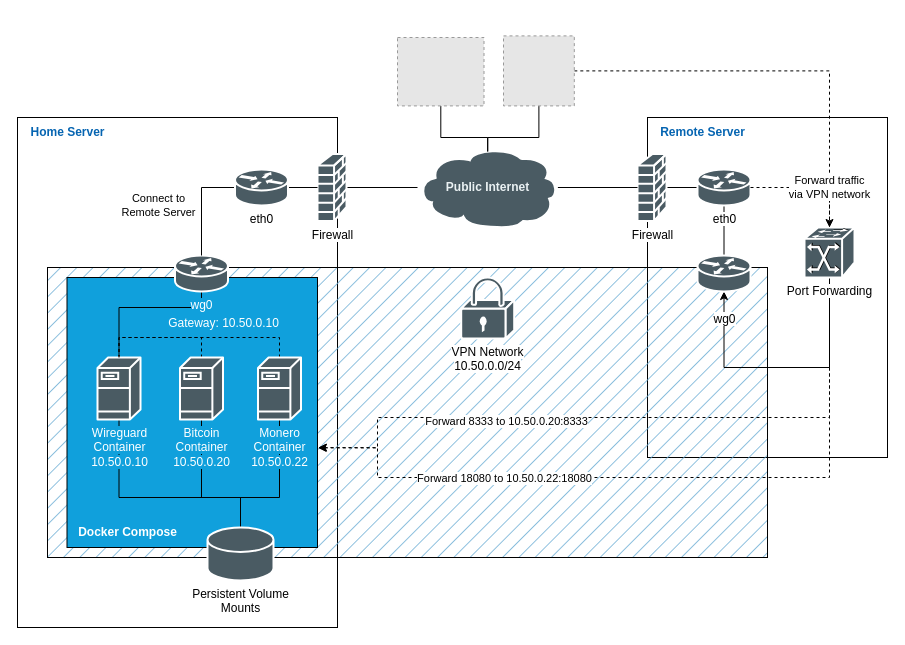
Earlier version of the draw.io diagram assets/networking_vpn_diagram.drawio (lamafab/bitcoin-monero-compose). Source tidied: cells renumbered, new cells numbered last; positions are measured from the earlier drawing's top-left corner, leaving out a move shared by most shapes. Both pictures are drawn from the tidied source at 100%, with x=0, y=0 at pixel (17, 35). Pictures stored in the file or linked from it are replaced by grey dashed boxes.
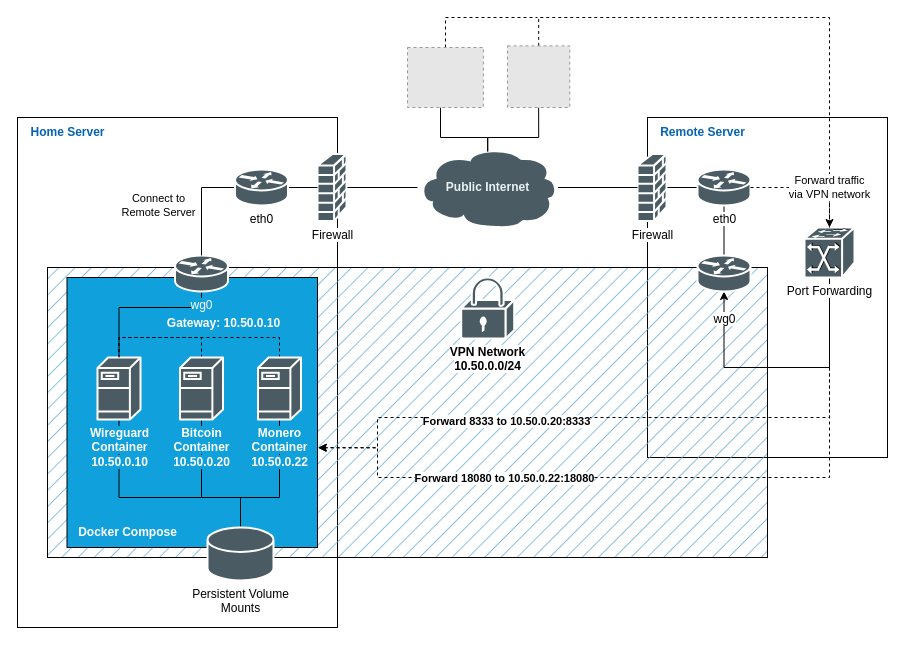
Above is the later version.

Unchanged cells that the change refers to:
```xml
<mxCell id="20" value="Persistent Volume&lt;br&gt;Mounts" style="shape=mxgraph.cisco.storage.relational_database;sketch=0;html=1;dashed=0;fillColor=#4a5b63;strokeColor=#ffffff;strokeWidth=2;verticalLabelPosition=bottom;verticalAlign=top;align=center;outlineConnect=0;labelBackgroundColor=#FFFFFF;" parent="1" vertex="1">
  <mxGeometry x="190" y="492" width="66" height="53" as="geometry" />
</mxCell>
<mxCell id="33" style="edgeStyle=orthogonalEdgeStyle;rounded=0;jumpStyle=arc;jettySize=auto;html=1;dashed=1;strokeColor=#000000;startArrow=none;startFill=0;endArrow=classic;endFill=1;entryX=1.002;entryY=0.631;entryDx=0;entryDy=0;entryPerimeter=0;" parent="1" edge="1" source="37" target="5">
  <mxGeometry relative="1" as="geometry">
    <Array as="points">
      <mxPoint x="812" y="382" />
      <mxPoint x="360" y="382" />
      <mxPoint x="360" y="412" />
    </Array>
  </mxGeometry>
</mxCell>
<mxCell id="35" style="edgeStyle=orthogonalEdgeStyle;rounded=0;jumpStyle=arc;jettySize=auto;html=1;dashed=1;strokeColor=#000000;startArrow=none;startFill=0;endArrow=classic;endFill=1;entryX=1.004;entryY=0.63;entryDx=0;entryDy=0;entryPerimeter=0;" parent="1" edge="1" source="37" target="5">
  <mxGeometry relative="1" as="geometry">
    <Array as="points">
      <mxPoint x="812" y="442" />
      <mxPoint x="360" y="442" />
      <mxPoint x="360" y="412" />
    </Array>
  </mxGeometry>
</mxCell>
<mxCell id="37" value="&lt;span style=&quot;background-color: rgb(255, 255, 255);&quot;&gt;Port Forwarding&lt;/span&gt;" style="shape=mxgraph.cisco.switches.atm_fast_gigabit_etherswitch;sketch=0;html=1;dashed=0;fillColor=#4a5b63;strokeColor=#ffffff;strokeWidth=2;verticalLabelPosition=bottom;verticalAlign=top;align=center;outlineConnect=0;" parent="1" vertex="1">
  <mxGeometry x="787" y="192" width="50" height="50" as="geometry" />
</mxCell>
```

Change to the diagram source:
```diff
@@
-    <mxCell id="5" value="&amp;nbsp;" style="rounded=0;whiteSpace=wrap;html=1;align=left;fillColor=#10a0dc;fillStyle=auto;" parent="1" vertex="1">
+    <mxCell id="5" value="&amp;nbsp;" style="rounded=0;whiteSpace=wrap;html=1;align=left;fillColor=#10a0dc;fillStyle=auto;fontStyle=1;" parent="1" vertex="1">
       <mxGeometry x="49.5" y="242" width="250.5" height="270" as="geometry" />
     </mxCell>
@@
-    <mxCell id="8" style="edgeStyle=orthogonalEdgeStyle;rounded=0;jettySize=auto;html=1;entryX=0.5;entryY=0;entryDx=0;entryDy=0;entryPerimeter=0;strokeColor=#000000;startArrow=none;startFill=0;endArrow=none;endFill=0;" parent="1" edge="1" source="39" target="20">
+    <mxCell id="8" style="edgeStyle=orthogonalEdgeStyle;rounded=0;jettySize=auto;html=1;entryX=0.5;entryY=0;entryDx=0;entryDy=0;entryPerimeter=0;strokeColor=#000000;startArrow=none;startFill=0;endArrow=none;endFill=0;fontStyle=1;" parent="1" edge="1" source="39" target="20">
       <mxGeometry relative="1" as="geometry">
         <Array as="points">
           <mxPoint x="184" y="462" />
           <mxPoint x="223" y="462" />
         </Array>
       </mxGeometry>
     </mxCell>
-    <mxCell id="9" style="edgeStyle=orthogonalEdgeStyle;rounded=0;jettySize=auto;html=1;entryX=0.5;entryY=0;entryDx=0;entryDy=0;entryPerimeter=0;strokeColor=#000000;startArrow=none;startFill=0;endArrow=none;endFill=0;" parent="1" edge="1" source="11" target="20">
+    <mxCell id="9" style="edgeStyle=orthogonalEdgeStyle;rounded=0;jettySize=auto;html=1;entryX=0.5;entryY=0;entryDx=0;entryDy=0;entryPerimeter=0;strokeColor=#000000;startArrow=none;startFill=0;endArrow=none;endFill=0;fontStyle=1;" parent="1" edge="1" source="11" target="20">
       <mxGeometry relative="1" as="geometry">
         <Array as="points">
           <mxPoint x="262" y="462" />
           <mxPoint x="223" y="462" />
         </Array>
       </mxGeometry>
     </mxCell>
-    <mxCell id="10" style="edgeStyle=orthogonalEdgeStyle;rounded=0;jumpStyle=arc;jettySize=auto;html=1;entryX=0.5;entryY=0;entryDx=0;entryDy=0;entryPerimeter=0;dashed=1;strokeColor=#000000;fontColor=#000000;startArrow=none;startFill=0;endArrow=none;endFill=0;" parent="1" edge="1" source="11" target="14">
+    <mxCell id="10" style="edgeStyle=orthogonalEdgeStyle;rounded=0;jumpStyle=arc;jettySize=auto;html=1;entryX=0.5;entryY=0;entryDx=0;entryDy=0;entryPerimeter=0;dashed=1;strokeColor=#000000;fontColor=#000000;startArrow=none;startFill=0;endArrow=none;endFill=0;fontStyle=1;" parent="1" edge="1" source="11" target="14">
       <mxGeometry relative="1" as="geometry">
         <Array as="points">
           <mxPoint x="262" y="302" />
           <mxPoint x="102" y="302" />
         </Array>
       </mxGeometry>
     </mxCell>
-    <mxCell id="11" value="&lt;span style=&quot;background-color: rgb(16, 160, 220);&quot;&gt;Monero&lt;br&gt;Container&lt;br&gt;10.50.0.22&lt;/span&gt;" style="shape=mxgraph.cisco.servers.fileserver;sketch=0;html=1;dashed=0;fillColor=#4a5b63;strokeColor=#ffffff;strokeWidth=2;verticalLabelPosition=bottom;verticalAlign=top;align=center;outlineConnect=0;fontColor=#FFFFFF;" parent="1" vertex="1">
+    <mxCell id="11" value="&lt;span style=&quot;background-color: rgb(16, 160, 220);&quot;&gt;Monero&lt;br&gt;Container&lt;br&gt;10.50.0.22&lt;/span&gt;" style="shape=mxgraph.cisco.servers.fileserver;sketch=0;html=1;dashed=0;fillColor=#4a5b63;strokeColor=#ffffff;strokeWidth=2;verticalLabelPosition=bottom;verticalAlign=top;align=center;outlineConnect=0;fontColor=#FFFFFF;fontStyle=1;" parent="1" vertex="1">
       <mxGeometry x="240.5" y="322" width="43" height="62" as="geometry" />
     </mxCell>
-    <mxCell id="12" style="edgeStyle=orthogonalEdgeStyle;rounded=0;jettySize=auto;html=1;entryX=0.5;entryY=0;entryDx=0;entryDy=0;entryPerimeter=0;strokeColor=#000000;startArrow=none;startFill=0;endArrow=none;endFill=0;" parent="1" edge="1" source="14" target="20">
+    <mxCell id="12" style="edgeStyle=orthogonalEdgeStyle;rounded=0;jettySize=auto;html=1;entryX=0.5;entryY=0;entryDx=0;entryDy=0;entryPerimeter=0;strokeColor=#000000;startArrow=none;startFill=0;endArrow=none;endFill=0;fontStyle=1;" parent="1" edge="1" source="14" target="20">
       <mxGeometry relative="1" as="geometry">
         <Array as="points">
           <mxPoint x="102" y="462" />
           <mxPoint x="223" y="462" />
         </Array>
       </mxGeometry>
     </mxCell>
-    <mxCell id="13" style="edgeStyle=orthogonalEdgeStyle;rounded=0;jettySize=auto;html=1;strokeColor=#000000;startArrow=none;startFill=0;endArrow=none;endFill=0;entryX=0.5;entryY=1;entryDx=0;entryDy=0;entryPerimeter=0;" parent="1" edge="1" source="14" target="24">
+    <mxCell id="13" style="edgeStyle=orthogonalEdgeStyle;rounded=0;jettySize=auto;html=1;strokeColor=#000000;startArrow=none;startFill=0;endArrow=none;endFill=0;entryX=0.5;entryY=1;entryDx=0;entryDy=0;entryPerimeter=0;fontStyle=1;" parent="1" edge="1" source="14" target="24">
       <mxGeometry relative="1" as="geometry">
         <Array as="points">
           <mxPoint x="102" y="272" />
           <mxPoint x="184" y="272" />
         </Array>
       </mxGeometry>
     </mxCell>
-    <mxCell id="14" value="&lt;span style=&quot;background-color: rgb(16, 160, 220);&quot;&gt;Wireguard&lt;br&gt;Container&lt;br&gt;&lt;/span&gt;&lt;div&gt;&lt;span style=&quot;background-color: rgb(16, 160, 220);&quot;&gt;10.50.0.10&lt;/span&gt;&lt;/div&gt;" style="shape=mxgraph.cisco.servers.fileserver;sketch=0;html=1;dashed=0;fillColor=#4a5b63;strokeColor=#ffffff;strokeWidth=2;verticalLabelPosition=bottom;verticalAlign=top;align=center;outlineConnect=0;fontColor=#FFFFFF;" parent="1" vertex="1">
+    <mxCell id="14" value="&lt;span style=&quot;background-color: rgb(16, 160, 220);&quot;&gt;Wireguard&lt;br&gt;Container&lt;br&gt;&lt;/span&gt;&lt;div&gt;&lt;span style=&quot;background-color: rgb(16, 160, 220);&quot;&gt;10.50.0.10&lt;/span&gt;&lt;/div&gt;" style="shape=mxgraph.cisco.servers.fileserver;sketch=0;html=1;dashed=0;fillColor=#4a5b63;strokeColor=#ffffff;strokeWidth=2;verticalLabelPosition=bottom;verticalAlign=top;align=center;outlineConnect=0;fontColor=#FFFFFF;fontStyle=1;" parent="1" vertex="1">
       <mxGeometry x="80" y="322" width="43" height="62" as="geometry" />
     </mxCell>
@@
-    <mxCell id="17" value="&lt;span style=&quot;background-color: rgb(255, 255, 255);&quot;&gt;VPN Network&lt;br&gt;10.50.0.0/24&lt;/span&gt;" style="shape=mxgraph.cisco.security.lock;sketch=0;html=1;dashed=0;fillColor=#4a5b63;strokeColor=#ffffff;strokeWidth=2;verticalLabelPosition=bottom;verticalAlign=top;align=center;" parent="1" vertex="1">
+    <mxCell id="17" value="&lt;span style=&quot;background-color: rgb(255, 255, 255);&quot;&gt;VPN Network&lt;br&gt;10.50.0.0/24&lt;/span&gt;" style="shape=mxgraph.cisco.security.lock;sketch=0;html=1;dashed=0;fillColor=#4a5b63;strokeColor=#ffffff;strokeWidth=2;verticalLabelPosition=bottom;verticalAlign=top;align=center;fontStyle=1;" parent="1" vertex="1">
       <mxGeometry x="443.7" y="242" width="53" height="61" as="geometry" />
     </mxCell>
@@
-    <mxCell id="21" value="&lt;b&gt;Docker Compose&lt;/b&gt;" style="text;html=1;align=center;verticalAlign=middle;fillColor=none;strokeColor=none;rounded=0;labelBackgroundColor=none;fontColor=#FFFFFF;" parent="1" vertex="1">
+    <mxCell id="21" value="&lt;span&gt;Docker Compose&lt;/span&gt;" style="text;html=1;align=center;verticalAlign=middle;fillColor=none;strokeColor=none;rounded=0;labelBackgroundColor=none;fontColor=#FFFFFF;fontStyle=1;" parent="1" vertex="1">
       <mxGeometry x="49.5" y="482" width="120" height="30" as="geometry" />
     </mxCell>
@@
-    <mxCell id="24" value="&lt;font color=&quot;#FFFFFF&quot;&gt;&lt;span style=&quot;background-color: rgb(16, 160, 220);&quot;&gt;wg0&lt;/span&gt;&lt;/font&gt;" style="shape=mxgraph.cisco.routers.router;sketch=0;html=1;dashed=0;fillColor=#4a5b63;strokeColor=#ffffff;strokeWidth=2;verticalLabelPosition=bottom;verticalAlign=top;align=center;outlineConnect=0;" parent="1" vertex="1">
+    <mxCell id="24" value="&lt;font color=&quot;#FFFFFF&quot;&gt;&lt;span style=&quot;background-color: rgb(16, 160, 220);&quot;&gt;wg0&lt;/span&gt;&lt;/font&gt;" style="shape=mxgraph.cisco.routers.router;sketch=0;html=1;dashed=0;fillColor=#4a5b63;strokeColor=#ffffff;strokeWidth=2;verticalLabelPosition=bottom;verticalAlign=top;align=center;outlineConnect=0;fontStyle=0;" parent="1" vertex="1">
       <mxGeometry x="157.5" y="220" width="53" height="36" as="geometry" />
     </mxCell>
@@
-    <mxCell id="34" value="&lt;font&gt;Forward 8333 to 10.50.0.20:8333&lt;br&gt;&lt;/font&gt;" style="edgeLabel;html=1;align=center;verticalAlign=middle;fontColor=#000000;" parent="33" vertex="1">
+    <mxCell id="34" value="&lt;font&gt;Forward 8333 to 10.50.0.20:8333&lt;br&gt;&lt;/font&gt;" style="edgeLabel;html=1;align=center;verticalAlign=middle;fontColor=#000000;fontStyle=1;" parent="33" vertex="1">
       <mxGeometry x="0.36" y="3" relative="1" as="geometry" />
     </mxCell>
@@
-    <mxCell id="36" value="&lt;div&gt;Forward 18080 to 10.50.0.22:18080&lt;/div&gt;" style="edgeLabel;html=1;align=center;verticalAlign=middle;fontColor=#000000;" parent="35" vertex="1">
+    <mxCell id="36" value="&lt;div&gt;Forward 18080 to 10.50.0.22:18080&lt;/div&gt;" style="edgeLabel;html=1;align=center;verticalAlign=middle;fontColor=#000000;fontStyle=1;" parent="35" vertex="1">
       <mxGeometry x="0.42" y="-1" relative="1" as="geometry">
         <mxPoint y="1" as="offset" />
       </mxGeometry>
     </mxCell>
@@
-    <mxCell id="38" style="edgeStyle=orthogonalEdgeStyle;rounded=0;jumpStyle=arc;jettySize=auto;html=1;entryX=0.5;entryY=0;entryDx=0;entryDy=0;entryPerimeter=0;dashed=1;strokeColor=#000000;fontColor=#000000;startArrow=none;startFill=0;endArrow=none;endFill=0;" parent="1" edge="1" source="39" target="14">
+    <mxCell id="38" style="edgeStyle=orthogonalEdgeStyle;rounded=0;jumpStyle=arc;jettySize=auto;html=1;entryX=0.5;entryY=0;entryDx=0;entryDy=0;entryPerimeter=0;dashed=1;strokeColor=#000000;fontColor=#000000;startArrow=none;startFill=0;endArrow=none;endFill=0;fontStyle=1;" parent="1" edge="1" source="39" target="14">
       <mxGeometry relative="1" as="geometry">
         <Array as="points">
           <mxPoint x="184" y="302" />
           <mxPoint x="102" y="302" />
         </Array>
       </mxGeometry>
     </mxCell>
-    <mxCell id="39" value="&lt;span style=&quot;background-color: rgb(16, 160, 220);&quot;&gt;Bitcoin&lt;br&gt;Container&lt;br&gt;10.50.0.20&lt;/span&gt;" style="shape=mxgraph.cisco.servers.fileserver;sketch=0;html=1;dashed=0;fillColor=#4a5b63;strokeColor=#ffffff;strokeWidth=2;verticalLabelPosition=bottom;verticalAlign=top;align=center;outlineConnect=0;fontColor=#FFFFFF;" parent="1" vertex="1">
+    <mxCell id="39" value="&lt;span style=&quot;background-color: rgb(16, 160, 220);&quot;&gt;Bitcoin&lt;br&gt;Container&lt;br&gt;10.50.0.20&lt;/span&gt;" style="shape=mxgraph.cisco.servers.fileserver;sketch=0;html=1;dashed=0;fillColor=#4a5b63;strokeColor=#ffffff;strokeWidth=2;verticalLabelPosition=bottom;verticalAlign=top;align=center;outlineConnect=0;fontColor=#FFFFFF;fontStyle=1;" parent="1" vertex="1">
       <mxGeometry x="162.5" y="322" width="43" height="62" as="geometry" />
     </mxCell>
@@
-    <mxCell id="41" value="&lt;font color=&quot;#FFFFFF&quot;&gt;&lt;span style=&quot;&quot;&gt;Gateway: 10.50.0.10&lt;/span&gt;&lt;/font&gt;" style="text;html=1;align=center;verticalAlign=middle;fillColor=none;strokeColor=none;rounded=0;labelBackgroundColor=none;labelBorderColor=none;fillStyle=auto;fontColor=#EAF1F3;" parent="1" vertex="1">
-      <mxGeometry x="140.5" y="273" width="130" height="30" as="geometry" />
+    <mxCell id="41" value="&lt;font color=&quot;#FFFFFF&quot;&gt;&lt;span style=&quot;&quot;&gt;Gateway: 10.50.0.10&lt;/span&gt;&lt;/font&gt;" style="text;html=1;align=center;verticalAlign=middle;fillColor=none;strokeColor=none;rounded=0;labelBackgroundColor=none;labelBorderColor=none;fillStyle=auto;fontColor=#EAF1F3;fontStyle=1;" parent="1" vertex="1">
+      <mxGeometry x="135.5" y="273" width="140" height="30" as="geometry" />
     </mxCell>
@@
-    <mxCell id="43" style="edgeStyle=orthogonalEdgeStyle;rounded=0;jumpStyle=arc;jettySize=auto;html=1;entryX=0.5;entryY=0;entryDx=0;entryDy=0;entryPerimeter=0;dashed=1;strokeColor=#000000;fontColor=#0564B1;startArrow=none;startFill=0;endArrow=none;endFill=0;" parent="1" edge="1" source="44" target="37">
-      <mxGeometry relative="1" as="geometry" />
+    <mxCell id="43" style="edgeStyle=orthogonalEdgeStyle;rounded=0;jumpStyle=none;jettySize=auto;html=1;dashed=1;strokeColor=#000000;fontColor=#0564B1;startArrow=none;startFill=0;endArrow=none;endFill=0;" parent="1" edge="1" source="44" target="37">
+      <mxGeometry relative="1" as="geometry">
+        <Array as="points">
+          <mxPoint x="521" y="-18" />
+          <mxPoint x="812" y="-18" />
+        </Array>
+      </mxGeometry>
     </mxCell>
     <mxCell id="44" style="fillColor=#E6E6E6;strokeColor=#999999;dashed=1;verticalLabelPosition=bottom;labelBackgroundColor=default;verticalAlign=top;" parent="1" vertex="1">
-      <mxGeometry x="486" y="0.4" width="70.8" height="70" as="geometry" />
+      <mxGeometry x="490" y="10.4" width="62.3" height="61.6" as="geometry" />
     </mxCell>
@@
+    <mxCell id="48" style="edgeStyle=orthogonalEdgeStyle;rounded=0;jumpStyle=none;jettySize=auto;html=1;dashed=1;strokeColor=#000000;fontColor=#0564B1;startArrow=none;startFill=0;endArrow=none;endFill=0;" parent="1" edge="1" source="46">
+      <mxGeometry relative="1" as="geometry">
+        <mxPoint x="520" y="-18" as="targetPoint" />
+        <Array as="points">
+          <mxPoint x="428" y="-18" />
+        </Array>
+      </mxGeometry>
+    </mxCell>
     <mxCell id="46" style="fillColor=#E6E6E6;strokeColor=#999999;dashed=1;verticalLabelPosition=bottom;labelBackgroundColor=default;verticalAlign=top;" parent="1" vertex="1">
-      <mxGeometry x="380" y="2" width="86.5" height="68.4" as="geometry" />
+      <mxGeometry x="390" y="12" width="75.9" height="60" as="geometry" />
     </mxCell>
```
